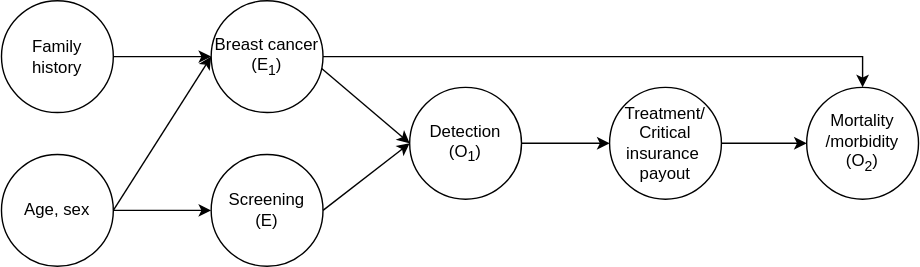
Above: docs/source/gbd2017_models/concept_models/vivarium_swissre_breastcancer/causal_dagmodel_all.svg in ihmeuw/vivarium_research (draw.io), before the change. Source tidied: cells renumbered, new cells last; positions are measured from the earlier drawing's top-left corner, leaving out a move shared by most shapes. The source it was exported from:
```xml
<mxGraphModel>
  <root>
    <mxCell id="0" />
    <mxCell id="1" parent="0" />
    <mxCell id="2" style="edgeStyle=orthogonalEdgeStyle;rounded=0;jettySize=auto;html=1;exitX=1;exitY=0.5;exitDx=0;exitDy=0;entryX=0.5;entryY=0;entryDx=0;entryDy=0;" parent="1" edge="1" source="3" target="16">
      <mxGeometry relative="1" as="geometry" />
    </mxCell>
    <mxCell id="3" value="Breast cancer (E&lt;sub&gt;1&lt;/sub&gt;)" style="ellipse;whiteSpace=wrap;html=1;" parent="1" vertex="1">
      <mxGeometry x="150" width="80" height="80" as="geometry" />
    </mxCell>
    <mxCell id="4" value="Screening &lt;br&gt;(E)" style="ellipse;whiteSpace=wrap;html=1;" parent="1" vertex="1">
      <mxGeometry x="150" y="110" width="80" height="80" as="geometry" />
    </mxCell>
    <mxCell id="5" value="Detection &lt;br&gt;(O&lt;sub&gt;1&lt;/sub&gt;)" style="ellipse;whiteSpace=wrap;html=1;" parent="1" vertex="1">
      <mxGeometry x="292" y="62" width="80" height="80" as="geometry" />
    </mxCell>
    <mxCell id="6" style="edgeStyle=orthogonalEdgeStyle;rounded=0;jettySize=auto;html=1;exitX=1;exitY=0.5;exitDx=0;exitDy=0;entryX=0;entryY=0.5;entryDx=0;entryDy=0;" parent="1" edge="1" source="7" target="16">
      <mxGeometry relative="1" as="geometry" />
    </mxCell>
    <mxCell id="7" value="Treatment/&lt;br&gt;Critical insurance&amp;nbsp; payout" style="ellipse;whiteSpace=wrap;html=1;" parent="1" vertex="1">
      <mxGeometry x="435" y="62" width="80" height="80" as="geometry" />
    </mxCell>
    <mxCell id="8" value="Age, sex" style="ellipse;whiteSpace=wrap;html=1;" parent="1" vertex="1">
      <mxGeometry y="110" width="80" height="80" as="geometry" />
    </mxCell>
    <mxCell id="9" value="Family&lt;br&gt;history" style="ellipse;whiteSpace=wrap;html=1;" parent="1" vertex="1">
      <mxGeometry width="80" height="80" as="geometry" />
    </mxCell>
    <mxCell id="10" style="endArrow=classic;html=1;exitX=1;exitY=0.5;exitDx=0;exitDy=0;" parent="1" edge="1" source="9" target="3">
      <mxGeometry relative="1" as="geometry" />
    </mxCell>
    <mxCell id="11" style="endArrow=classic;html=1;exitX=1;exitY=0.5;exitDx=0;exitDy=0;entryX=0;entryY=0.5;entryDx=0;entryDy=0;" parent="1" edge="1" source="8" target="3">
      <mxGeometry relative="1" as="geometry" />
    </mxCell>
    <mxCell id="12" style="endArrow=classic;html=1;exitX=1;exitY=0.5;exitDx=0;exitDy=0;entryX=0;entryY=0.5;entryDx=0;entryDy=0;" parent="1" edge="1" source="4" target="5">
      <mxGeometry relative="1" as="geometry" />
    </mxCell>
    <mxCell id="13" style="endArrow=classic;html=1;exitX=1;exitY=0.5;exitDx=0;exitDy=0;entryX=0;entryY=0.5;entryDx=0;entryDy=0;" parent="1" edge="1" source="5" target="7">
      <mxGeometry relative="1" as="geometry" />
    </mxCell>
    <mxCell id="14" style="endArrow=classic;html=1;exitX=0.988;exitY=0.606;exitDx=0;exitDy=0;exitPerimeter=0;entryX=0;entryY=0.5;entryDx=0;entryDy=0;" parent="1" edge="1" source="3" target="5">
      <mxGeometry relative="1" as="geometry" />
    </mxCell>
    <mxCell id="15" style="endArrow=classic;html=1;exitX=1;exitY=0.5;exitDx=0;exitDy=0;entryX=0;entryY=0.5;entryDx=0;entryDy=0;" parent="1" edge="1" source="8" target="4">
      <mxGeometry relative="1" as="geometry" />
    </mxCell>
    <mxCell id="16" value="Mortality&lt;br&gt;/morbidity&lt;br&gt;(O&lt;sub&gt;2&lt;/sub&gt;)" style="ellipse;whiteSpace=wrap;html=1;" parent="1" vertex="1">
      <mxGeometry x="576" y="62" width="80" height="80" as="geometry" />
    </mxCell>
  </root>
</mxGraphModel>
```
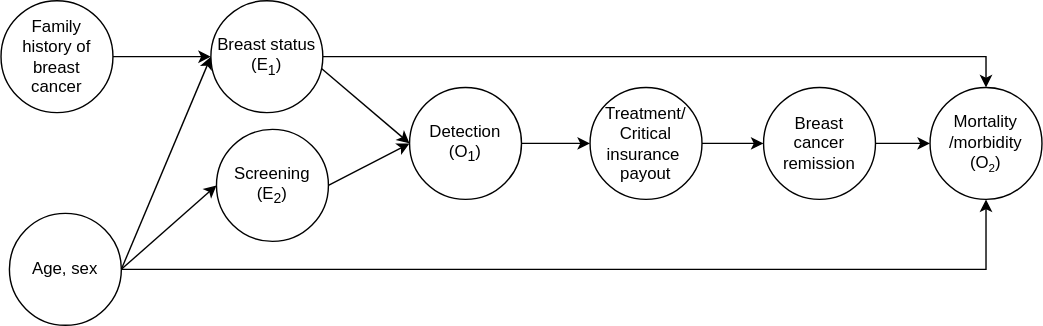
After the commit.

Change to the diagram source:
```diff
@@ -5,25 +5,28 @@
     <mxCell id="2" style="edgeStyle=orthogonalEdgeStyle;rounded=0;jettySize=auto;html=1;exitX=1;exitY=0.5;exitDx=0;exitDy=0;entryX=0.5;entryY=0;entryDx=0;entryDy=0;" parent="1" edge="1" source="3" target="16">
       <mxGeometry relative="1" as="geometry" />
     </mxCell>
-    <mxCell id="3" value="Breast cancer (E&lt;sub&gt;1&lt;/sub&gt;)" style="ellipse;whiteSpace=wrap;html=1;" parent="1" vertex="1">
+    <mxCell id="3" value="Breast status&lt;br&gt;(E&lt;sub&gt;1&lt;/sub&gt;)" style="ellipse;whiteSpace=wrap;html=1;" parent="1" vertex="1">
       <mxGeometry x="150" width="80" height="80" as="geometry" />
     </mxCell>
-    <mxCell id="4" value="Screening &lt;br&gt;(E)" style="ellipse;whiteSpace=wrap;html=1;" parent="1" vertex="1">
-      <mxGeometry x="150" y="110" width="80" height="80" as="geometry" />
+    <mxCell id="4" value="Screening &lt;br&gt;(E&lt;sub&gt;2&lt;/sub&gt;)" style="ellipse;whiteSpace=wrap;html=1;" parent="1" vertex="1">
+      <mxGeometry x="154" y="92" width="80" height="80" as="geometry" />
     </mxCell>
     <mxCell id="5" value="Detection &lt;br&gt;(O&lt;sub&gt;1&lt;/sub&gt;)" style="ellipse;whiteSpace=wrap;html=1;" parent="1" vertex="1">
       <mxGeometry x="292" y="62" width="80" height="80" as="geometry" />
     </mxCell>
-    <mxCell id="6" style="edgeStyle=orthogonalEdgeStyle;rounded=0;jettySize=auto;html=1;exitX=1;exitY=0.5;exitDx=0;exitDy=0;entryX=0;entryY=0.5;entryDx=0;entryDy=0;" parent="1" edge="1" source="7" target="16">
-      <mxGeometry relative="1" as="geometry" />
-    </mxCell>
+    <mxCell id="17" style="edgeStyle=orthogonalEdgeStyle;rounded=0;jettySize=auto;html=1;" parent="1" edge="1" source="7" target="20">
+      <mxGeometry relative="1" as="geometry" />
+    </mxCell>
     <mxCell id="7" value="Treatment/&lt;br&gt;Critical insurance&amp;nbsp; payout" style="ellipse;whiteSpace=wrap;html=1;" parent="1" vertex="1">
-      <mxGeometry x="435" y="62" width="80" height="80" as="geometry" />
+      <mxGeometry x="421" y="62" width="80" height="80" as="geometry" />
     </mxCell>
+    <mxCell id="18" style="edgeStyle=orthogonalEdgeStyle;rounded=0;jettySize=auto;html=1;entryX=0.5;entryY=1;entryDx=0;entryDy=0;" parent="1" edge="1" source="8" target="16">
+      <mxGeometry relative="1" as="geometry" />
+    </mxCell>
     <mxCell id="8" value="Age, sex" style="ellipse;whiteSpace=wrap;html=1;" parent="1" vertex="1">
-      <mxGeometry y="110" width="80" height="80" as="geometry" />
+      <mxGeometry x="6" y="152" width="80" height="80" as="geometry" />
     </mxCell>
-    <mxCell id="9" value="Family&lt;br&gt;history" style="ellipse;whiteSpace=wrap;html=1;" parent="1" vertex="1">
+    <mxCell id="9" value="Family&lt;br&gt;history of breast &lt;br&gt;cancer" style="ellipse;whiteSpace=wrap;html=1;" parent="1" vertex="1">
       <mxGeometry width="80" height="80" as="geometry" />
     </mxCell>
     <mxCell id="10" style="endArrow=classic;html=1;exitX=1;exitY=0.5;exitDx=0;exitDy=0;" parent="1" edge="1" source="9" target="3">
@@ -44,8 +47,14 @@
     <mxCell id="15" style="endArrow=classic;html=1;exitX=1;exitY=0.5;exitDx=0;exitDy=0;entryX=0;entryY=0.5;entryDx=0;entryDy=0;" parent="1" edge="1" source="8" target="4">
       <mxGeometry relative="1" as="geometry" />
     </mxCell>
-    <mxCell id="16" value="Mortality&lt;br&gt;/morbidity&lt;br&gt;(O&lt;sub&gt;2&lt;/sub&gt;)" style="ellipse;whiteSpace=wrap;html=1;" parent="1" vertex="1">
-      <mxGeometry x="576" y="62" width="80" height="80" as="geometry" />
+    <mxCell id="16" value="Mortality&lt;br&gt;/morbidity&lt;br&gt;(O&lt;span style=&quot;font-size: 10px&quot;&gt;&lt;sub&gt;2&lt;/sub&gt;&lt;/span&gt;)" style="ellipse;whiteSpace=wrap;html=1;" parent="1" vertex="1">
+      <mxGeometry x="664" y="62" width="80" height="80" as="geometry" />
     </mxCell>
+    <mxCell id="19" style="edgeStyle=orthogonalEdgeStyle;rounded=0;jettySize=auto;html=1;" parent="1" edge="1" source="20" target="16">
+      <mxGeometry relative="1" as="geometry" />
+    </mxCell>
+    <mxCell id="20" value="Breast &lt;br&gt;cancer remission&lt;br&gt;" style="ellipse;whiteSpace=wrap;html=1;" parent="1" vertex="1">
+      <mxGeometry x="545" y="62" width="80" height="80" as="geometry" />
+    </mxCell>
   </root>
 </mxGraphModel>
```
